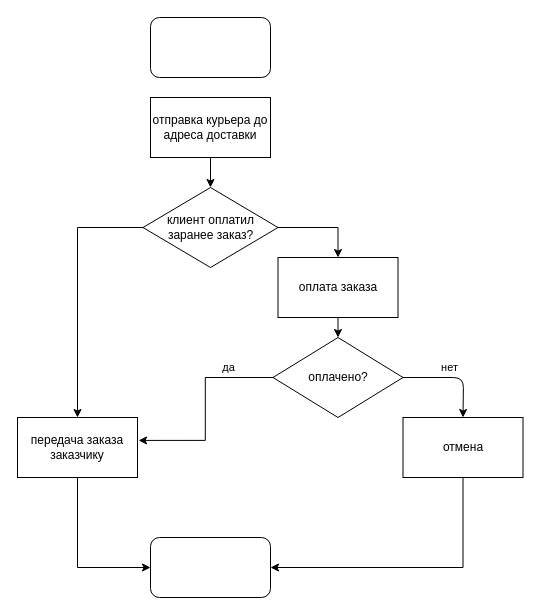
The draw.io diagram page "Page-5" (5 of 5) of Untitled Diagram.drawio in petuxsgori/prakticheskaia_1, before the edit. Source tidied: cells renumbered, new cells numbered last; positions are measured from the earlier drawing's top-left corner, leaving out a move shared by most shapes. Both pictures are drawn from the tidied source at 100%, with x=0, y=0 at pixel (17, 17).
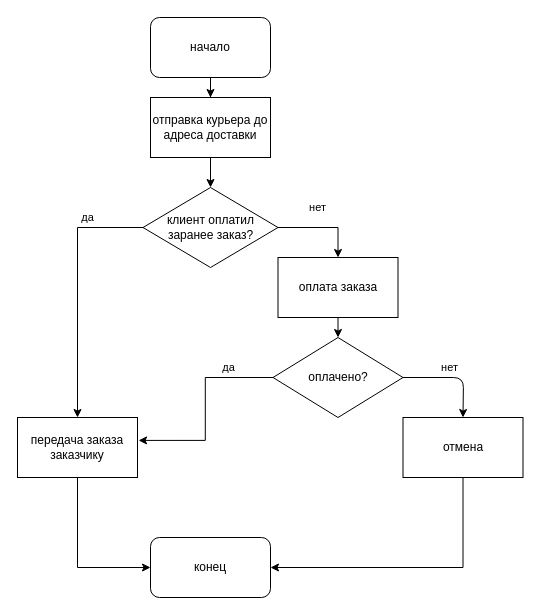
The same diagram, later.

Unchanged cells that the change refers to:
```xml
<mxCell id="5" value="отправка курьера до адреса доставки" style="rounded=0;whiteSpace=wrap;html=1;" parent="1" vertex="1">
  <mxGeometry x="133" y="80" width="120" height="60" as="geometry" />
</mxCell>
<mxCell id="7" value="передача заказа заказчику" style="rounded=0;whiteSpace=wrap;html=1;" parent="1" vertex="1">
  <mxGeometry y="400" width="120" height="60" as="geometry" />
</mxCell>
<mxCell id="10" value="клиент оплатил заранее заказ?" style="rhombus;whiteSpace=wrap;html=1;" parent="1" vertex="1">
  <mxGeometry x="125.5" y="170" width="135" height="80" as="geometry" />
</mxCell>
<mxCell id="12" value="оплата заказа" style="rounded=0;whiteSpace=wrap;html=1;" parent="1" vertex="1">
  <mxGeometry x="260.5" y="240" width="120" height="60" as="geometry" />
</mxCell>
```

Diff of the diagram source:
```diff
@@
+    <mxCell id="18" style="edgeStyle=orthogonalEdgeStyle;rounded=0;jettySize=auto;html=1;exitX=0.5;exitY=1;exitDx=0;exitDy=0;" parent="1" edge="1" source="2" target="5">
+      <mxGeometry relative="1" as="geometry" />
+    </mxCell>
-    <mxCell id="2" style="rounded=1;whiteSpace=wrap;html=1;" parent="1" vertex="1">
+    <mxCell id="2" value="начало" style="rounded=1;whiteSpace=wrap;html=1;" parent="1" vertex="1">
       <mxGeometry x="133" width="120" height="60" as="geometry" />
     </mxCell>
-    <mxCell id="3" style="rounded=1;whiteSpace=wrap;html=1;" parent="1" vertex="1">
+    <mxCell id="3" value="конец" style="rounded=1;whiteSpace=wrap;html=1;" parent="1" vertex="1">
       <mxGeometry x="133" y="520" width="120" height="60" as="geometry" />
     </mxCell>
@@
-    <mxCell id="8" style="edgeStyle=orthogonalEdgeStyle;rounded=0;jettySize=auto;html=1;exitX=0;exitY=0.5;exitDx=0;exitDy=0;entryX=0.5;entryY=0;entryDx=0;entryDy=0;" parent="1" edge="1" source="10" target="7">
-      <mxGeometry relative="1" as="geometry" />
+    <mxCell id="8" value="да" style="edgeStyle=orthogonalEdgeStyle;rounded=0;jettySize=auto;html=1;exitX=0;exitY=0.5;exitDx=0;exitDy=0;entryX=0.5;entryY=0;entryDx=0;entryDy=0;" parent="1" edge="1" source="10" target="7">
+      <mxGeometry x="-0.56" y="-10" relative="1" as="geometry" />
     </mxCell>
-    <mxCell id="9" style="edgeStyle=orthogonalEdgeStyle;rounded=0;jettySize=auto;html=1;exitX=1;exitY=0.5;exitDx=0;exitDy=0;entryX=0.5;entryY=0;entryDx=0;entryDy=0;" parent="1" edge="1" source="10" target="12">
-      <mxGeometry relative="1" as="geometry" />
+    <mxCell id="9" value="нет" style="edgeStyle=orthogonalEdgeStyle;rounded=0;jettySize=auto;html=1;exitX=1;exitY=0.5;exitDx=0;exitDy=0;entryX=0.5;entryY=0;entryDx=0;entryDy=0;" parent="1" edge="1" source="10" target="12">
+      <mxGeometry x="-0.13" y="20" relative="1" as="geometry" />
     </mxCell>
```
